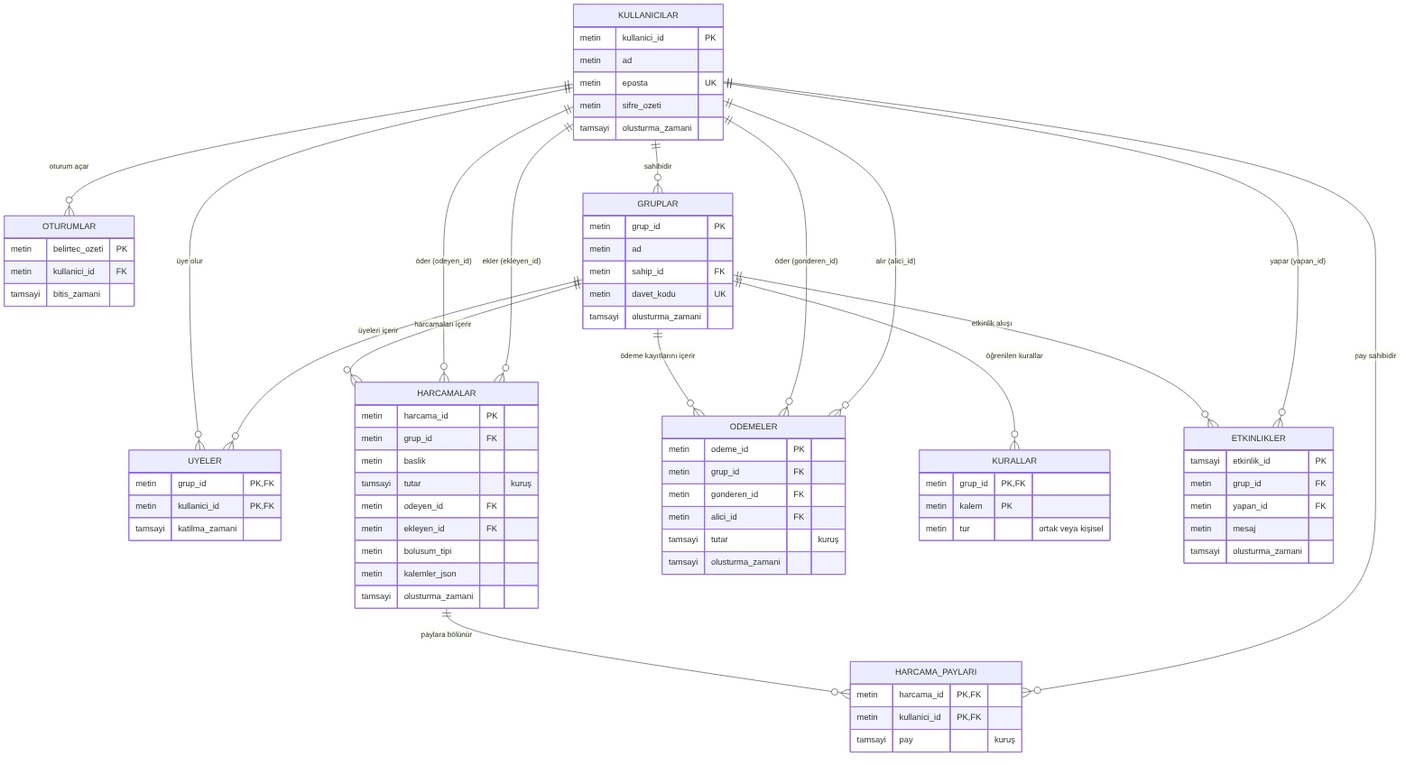
Batinahmet/Ortak-Gider-Payla-m-Ve-Bor-Takibi-backand keeps this Mermaid diagram as docs/er-diyagrami-tr.png. Above is the earlier version. Its source is kept beside it as docs/er-diyagrami-tr.mmd. Its diagram source:
```mermaid
erDiagram
  KULLANICILAR ||--o{ OTURUMLAR : "oturum açar"
  KULLANICILAR ||--o{ GRUPLAR : "sahibidir"
  KULLANICILAR ||--o{ UYELER : "üye olur"
  GRUPLAR ||--o{ UYELER : "üyeleri içerir"
  GRUPLAR ||--o{ HARCAMALAR : "harcamaları içerir"
  KULLANICILAR ||--o{ HARCAMALAR : "öder (odeyen_id)"
  KULLANICILAR ||--o{ HARCAMALAR : "ekler (ekleyen_id)"
  HARCAMALAR ||--o{ HARCAMA_PAYLARI : "paylara bölünür"
  KULLANICILAR ||--o{ HARCAMA_PAYLARI : "pay sahibidir"
  GRUPLAR ||--o{ ODEMELER : "ödeme kayıtlarını içerir"
  KULLANICILAR ||--o{ ODEMELER : "öder (gonderen_id)"
  KULLANICILAR ||--o{ ODEMELER : "alır (alici_id)"
  GRUPLAR ||--o{ KURALLAR : "öğrenilen kurallar"
  GRUPLAR ||--o{ ETKINLIKLER : "etkinlik akışı"
  KULLANICILAR ||--o{ ETKINLIKLER : "yapar (yapan_id)"

  KULLANICILAR {
    metin kullanici_id PK
    metin ad
    metin eposta UK
    metin sifre_ozeti
    tamsayi olusturma_zamani
  }
  OTURUMLAR {
    metin belirtec_ozeti PK
    metin kullanici_id FK
    tamsayi bitis_zamani
  }
  GRUPLAR {
    metin grup_id PK
    metin ad
    metin sahip_id FK
    metin davet_kodu UK
    tamsayi olusturma_zamani
  }
  UYELER {
    metin grup_id PK,FK
    metin kullanici_id PK,FK
    tamsayi katilma_zamani
  }
  HARCAMALAR {
    metin harcama_id PK
    metin grup_id FK
    metin baslik
    tamsayi tutar "kuruş"
    metin odeyen_id FK
    metin ekleyen_id FK
    metin bolusum_tipi
    metin kalemler_json
    tamsayi olusturma_zamani
  }
  HARCAMA_PAYLARI {
    metin harcama_id PK,FK
    metin kullanici_id PK,FK
    tamsayi pay "kuruş"
  }
  ODEMELER {
    metin odeme_id PK
    metin grup_id FK
    metin gonderen_id FK
    metin alici_id FK
    tamsayi tutar "kuruş"
    tamsayi olusturma_zamani
  }
  KURALLAR {
    metin grup_id PK,FK
    metin kalem PK
    metin tur "ortak veya kişisel"
  }
  ETKINLIKLER {
    tamsayi etkinlik_id PK
    metin grup_id FK
    metin yapan_id FK
    metin mesaj
    tamsayi olusturma_zamani
  }
```
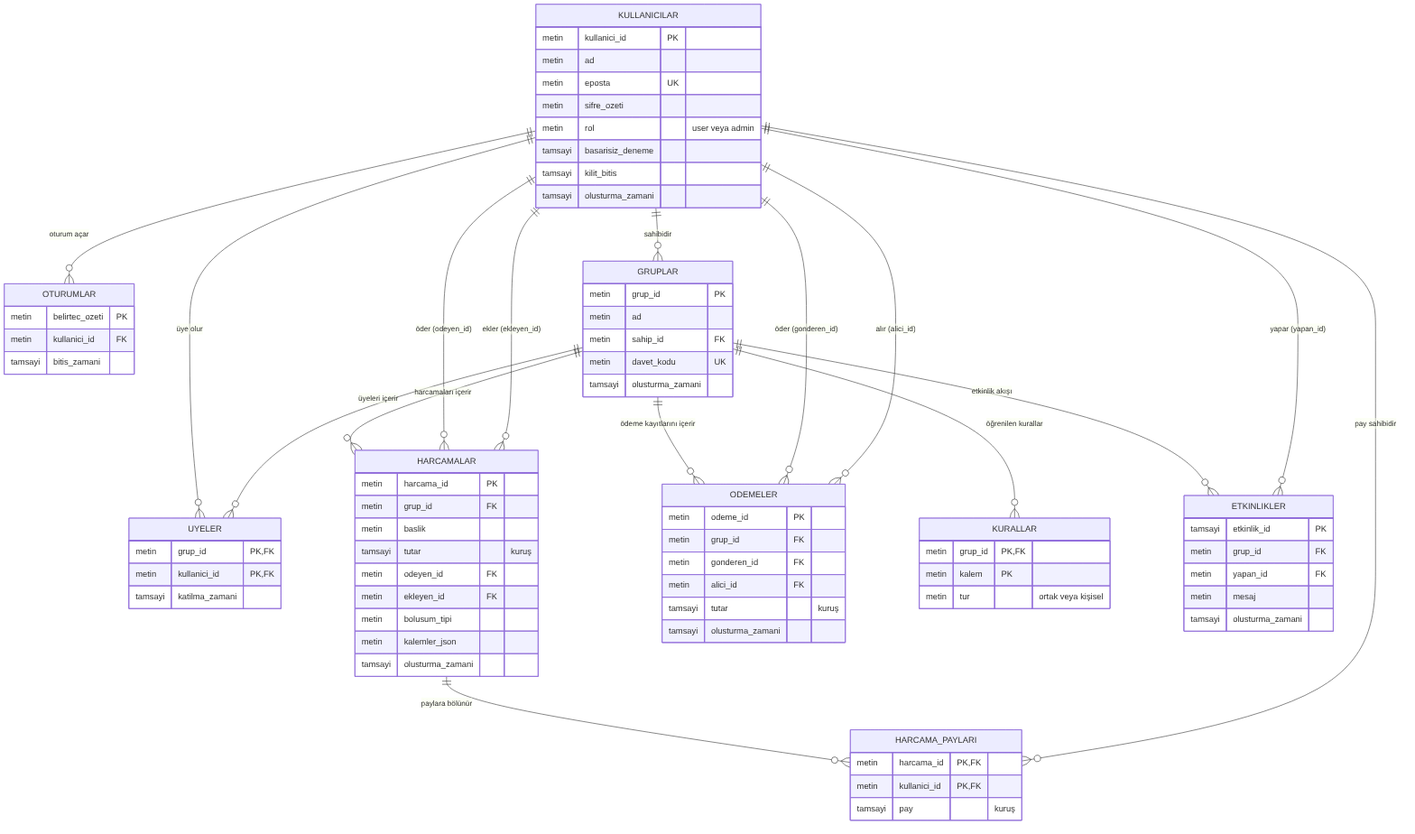
After the commit.

Change to the diagram source:
```diff
@@ -20,6 +20,9 @@
     metin ad
     metin eposta UK
     metin sifre_ozeti
+    metin rol "user veya admin"
+    tamsayi basarisiz_deneme
+    tamsayi kilit_bitis
     tamsayi olusturma_zamani
   }
   OTURUMLAR {
```
